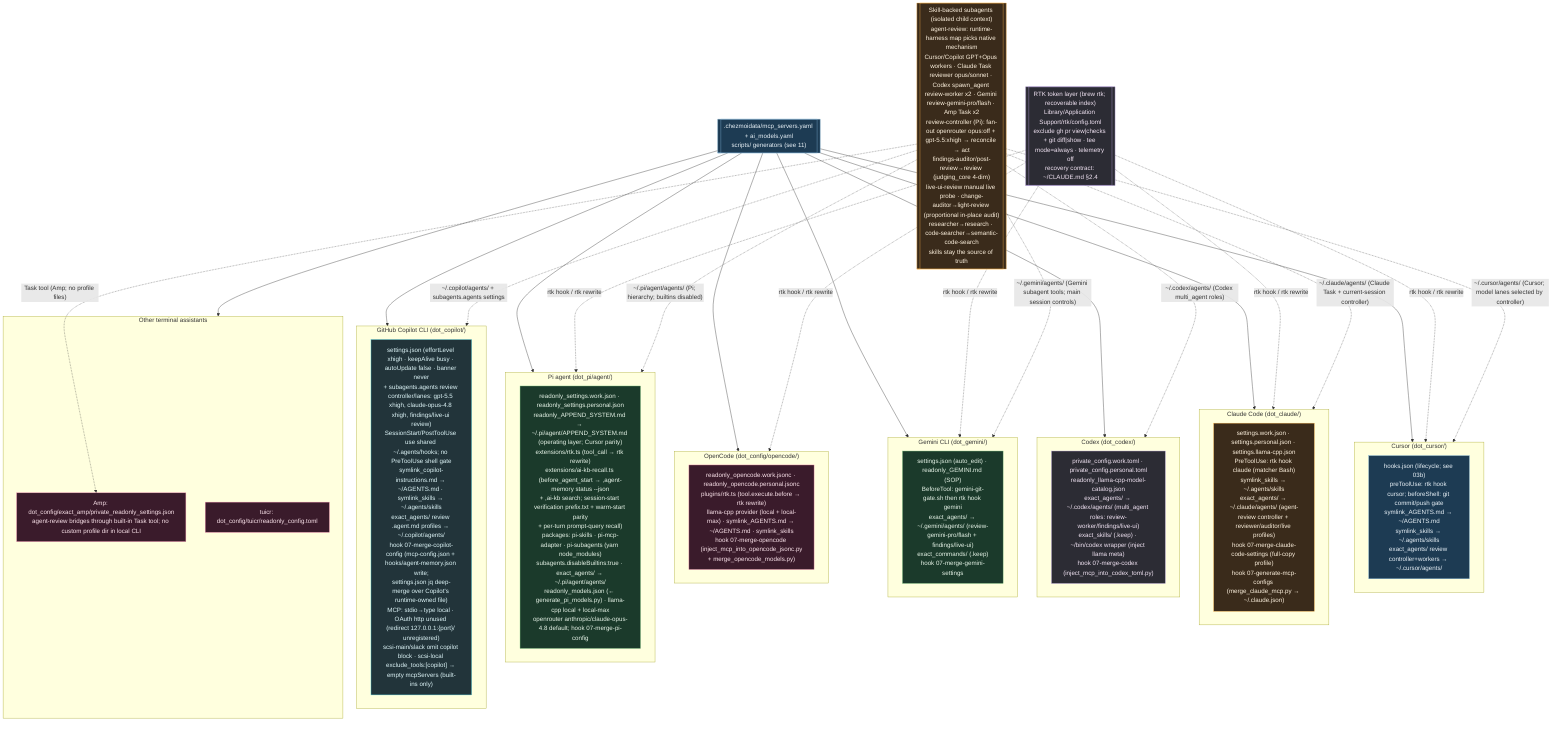
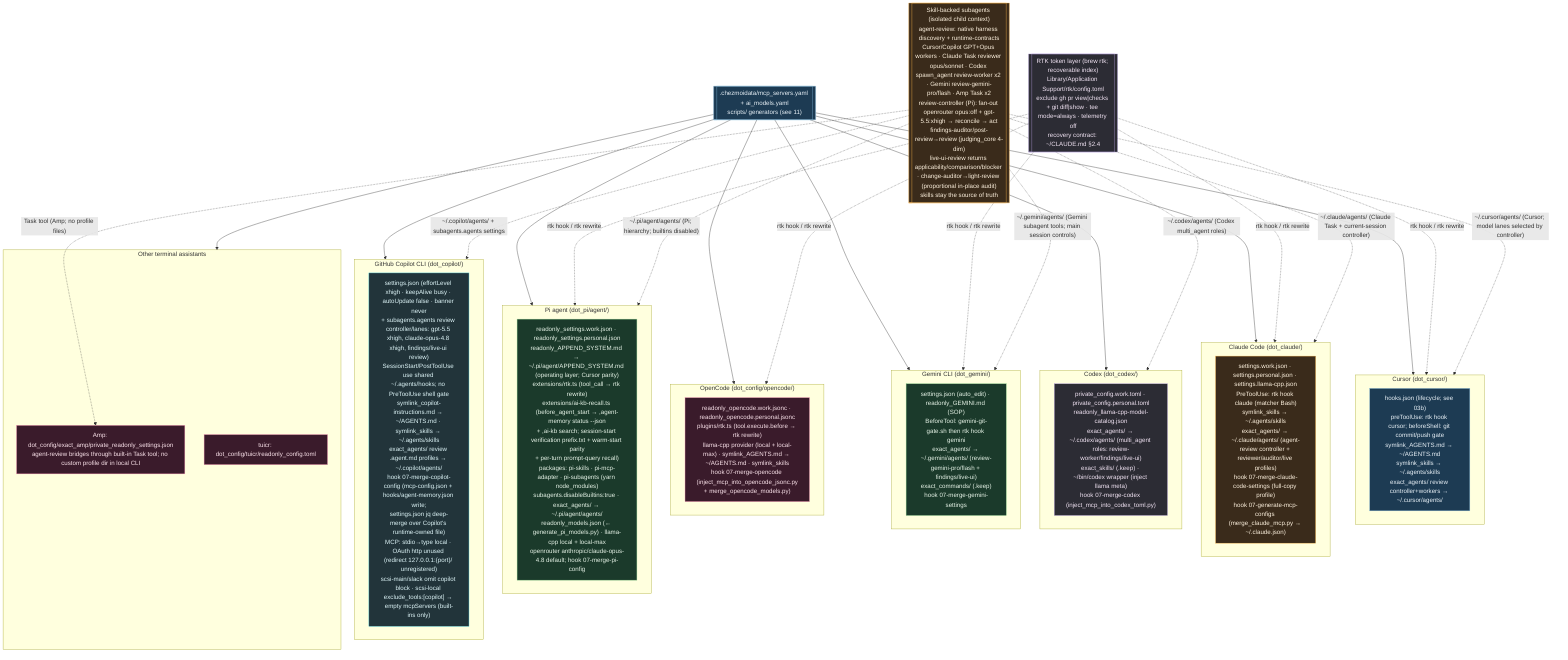
%% ============================================================================
%% 12-ai-tool-configs.mmd — Every per-tool AI config file in home/.
%% Pattern: source carries .work + .personal variants; a 07-merge-* hook picks
%% by isWork and merges generated MCP/model blocks into the live config.
%% ============================================================================
flowchart TB
    classDef cursor fill:#1d3b53,stroke:#7fb3d5,color:#eaf2f8;
    classDef claude fill:#3a2b1b,stroke:#ffb74d,color:#fff3e0;
    classDef codex fill:#2c2c34,stroke:#b39ddb,color:#f3e5f5;
    classDef gem fill:#1b3a2b,stroke:#81c784,color:#e8f5e9;
    classDef oc fill:#3a1b2b,stroke:#f48fb1,color:#fce4ec;
    classDef cop fill:#22343a,stroke:#4dd0e1,color:#e0f7fa;

    subgraph CURSOR["Cursor (dot_cursor/)"]
        CU["hooks.json (lifecycle; see 03b)<br/>preToolUse: rtk hook cursor; beforeShell: git commit/push gate<br/>symlink_AGENTS.md → ~/AGENTS.md<br/>symlink_skills → ~/.agents/skills<br/>exact_agents/ review controller+workers → ~/.cursor/agents/"]:::cursor
    end

    subgraph CLAUDE["Claude Code (dot_claude/)"]
        CLD["settings.work.json · settings.personal.json · settings.llama-cpp.json<br/>PreToolUse: rtk hook claude (matcher Bash)<br/>symlink_skills → ~/.agents/skills<br/>exact_agents/ → ~/.claude/agents/ (agent-review controller + reviewer/auditor/live profiles)<br/>hook 07-merge-claude-code-settings (full-copy profile)<br/>hook 07-generate-mcp-configs (merge_claude_mcp.py → ~/.claude.json)"]:::claude
    end

    subgraph CODEX["Codex (dot_codex/)"]
        CDX["private_config.work.toml · private_config.personal.toml<br/>readonly_llama-cpp-model-catalog.json<br/>exact_agents/ → ~/.codex/agents/ (multi_agent roles: review-worker/findings/live-ui)<br/>exact_skills/ (.keep) · ~/bin/codex wrapper (inject llama meta)<br/>hook 07-merge-codex (inject_mcp_into_codex_toml.py)"]:::codex
    end

    subgraph GEMINI["Gemini CLI (dot_gemini/)"]
        GMN["settings.json (auto_edit) · readonly_GEMINI.md (SOP)<br/>BeforeTool: gemini-git-gate.sh then rtk hook gemini<br/>exact_agents/ → ~/.gemini/agents/ (review-gemini-pro/flash + findings/live-ui)<br/>exact_commands/ (.keep)<br/>hook 07-merge-gemini-settings"]:::gem
    end

    subgraph OPENCODE["OpenCode (dot_config/opencode/)"]
        OPC["readonly_opencode.work.jsonc · readonly_opencode.personal.jsonc<br/>plugins/rtk.ts (tool.execute.before → rtk rewrite)<br/>llama-cpp provider (local + local-max) · symlink_AGENTS.md → ~/AGENTS.md · symlink_skills<br/>hook 07-merge-opencode (inject_mcp_into_opencode_jsonc.py<br/>+ merge_opencode_models.py)"]:::oc
    end

    subgraph PI["Pi agent (dot_pi/agent/)"]
        PIA["readonly_settings.work.json · readonly_settings.personal.json<br/>readonly_APPEND_SYSTEM.md → ~/.pi/agent/APPEND_SYSTEM.md (operating layer; Cursor parity)<br/>extensions/rtk.ts (tool_call → rtk rewrite)<br/>extensions/ai-kb-recall.ts (before_agent_start → ,agent-memory status --json<br/>+ ,ai-kb search; session-start verification prefix.txt + warm-start parity<br/>+ per-turn prompt-query recall)<br/>packages: pi-skills · pi-mcp-adapter · pi-subagents (yarn node_modules)<br/>subagents.disableBuiltins:true · exact_agents/ → ~/.pi/agent/agents/<br/>readonly_models.json (← generate_pi_models.py) · llama-cpp local + local-max<br/>openrouter anthropic/claude-opus-4.8 default; hook 07-merge-pi-config"]:::gem
    end

    subgraph COPILOT["GitHub Copilot CLI (dot_copilot/)"]
        COP["settings.json (effortLevel xhigh · keepAlive busy · autoUpdate false · banner never<br/>+ subagents.agents review controller/lanes: gpt-5.5 xhigh, claude-opus-4.8 xhigh, findings/live-ui review)<br/>SessionStart/PostToolUse use shared ~/.agents/hooks; no PreToolUse shell gate<br/>symlink_copilot-instructions.md → ~/AGENTS.md · symlink_skills → ~/.agents/skills<br/>exact_agents/ review .agent.md profiles → ~/.copilot/agents/<br/>hook 07-merge-copilot-config (mcp-config.json + hooks/agent-memory.json write;<br/>settings.json jq deep-merge over Copilot's runtime-owned file)<br/>MCP: stdio→type local · OAuth http unused (redirect 127.0.0.1:{port}/ unregistered)<br/>scsi-main/slack omit copilot block · scsi-local exclude_tools:[copilot] → empty mcpServers (built-ins only)"]:::cop
    end

    subgraph OTHER["Other terminal assistants"]
        AMP["Amp: dot_config/exact_amp/private_readonly_settings.json<br/>agent-review bridges through built-in Task tool; no custom profile dir in local CLI"]:::oc
        TUI["tuicr: dot_config/tuicr/readonly_config.toml"]:::oc
    end

    REG[[".chezmoidata/mcp_servers.yaml + ai_models.yaml<br/>scripts/ generators (see 11)"]]:::cursor
    REG --> CURSOR & CLAUDE & CODEX & GEMINI & OPENCODE & PI & COPILOT & OTHER

    RTK[["RTK token layer (brew rtk; recoverable index)<br/>Library/Application Support/rtk/config.toml<br/>exclude gh pr view|checks + git diff|show · tee mode=always · telemetry off<br/>recovery contract: ~/CLAUDE.md §2.4"]]:::codex
    RTK -.->|"rtk hook / rtk rewrite"| CURSOR & CLAUDE & GEMINI & OPENCODE & PI

-     SUBA[["Skill-backed subagents (isolated child context)<br/>agent-review: runtime-harness map picks native mechanism<br/>Cursor/Copilot GPT+Opus workers · Claude Task reviewer opus/sonnet · Codex spawn_agent review-worker x2 · Gemini review-gemini-pro/flash · Amp Task x2<br/>review-controller (Pi): fan-out openrouter opus:off + gpt-5.5:xhigh → reconcile → act<br/>findings-auditor/post-review→review (judging_core 4-dim)<br/>live-ui-review manual live probe · change-auditor→light-review (proportional in-place audit)<br/>researcher→research · code-searcher→semantic-code-search<br/>skills stay the source of truth"]]:::claude
+     SUBA[["Skill-backed subagents (isolated child context)<br/>agent-review: native harness discovery + runtime-contracts<br/>Cursor/Copilot GPT+Opus workers · Claude Task reviewer opus/sonnet · Codex spawn_agent review-worker x2 · Gemini review-gemini-pro/flash · Amp Task x2<br/>review-controller (Pi): fan-out openrouter opus:off + gpt-5.5:xhigh → reconcile → act<br/>findings-auditor/post-review→review (judging_core 4-dim)<br/>live-ui-review returns applicability/comparison/blocker · change-auditor→light-review (proportional in-place audit)<br/>skills stay the source of truth"]]:::claude
    SUBA -.->|"~/.cursor/agents/ (Cursor; model lanes selected by controller)"| CURSOR
    SUBA -.->|"~/.copilot/agents/ + subagents.agents settings"| COPILOT
    SUBA -.->|"~/.claude/agents/ (Claude Task + current-session controller)"| CLAUDE
    SUBA -.->|"~/.codex/agents/ (Codex multi_agent roles)"| CODEX
    SUBA -.->|"~/.gemini/agents/ (Gemini subagent tools; main session controls)"| GEMINI
    SUBA -.->|"Task tool (Amp; no profile files)"| AMP
    SUBA -.->|"~/.pi/agent/agents/ (Pi; hierarchy; builtins disabled)"| PI
